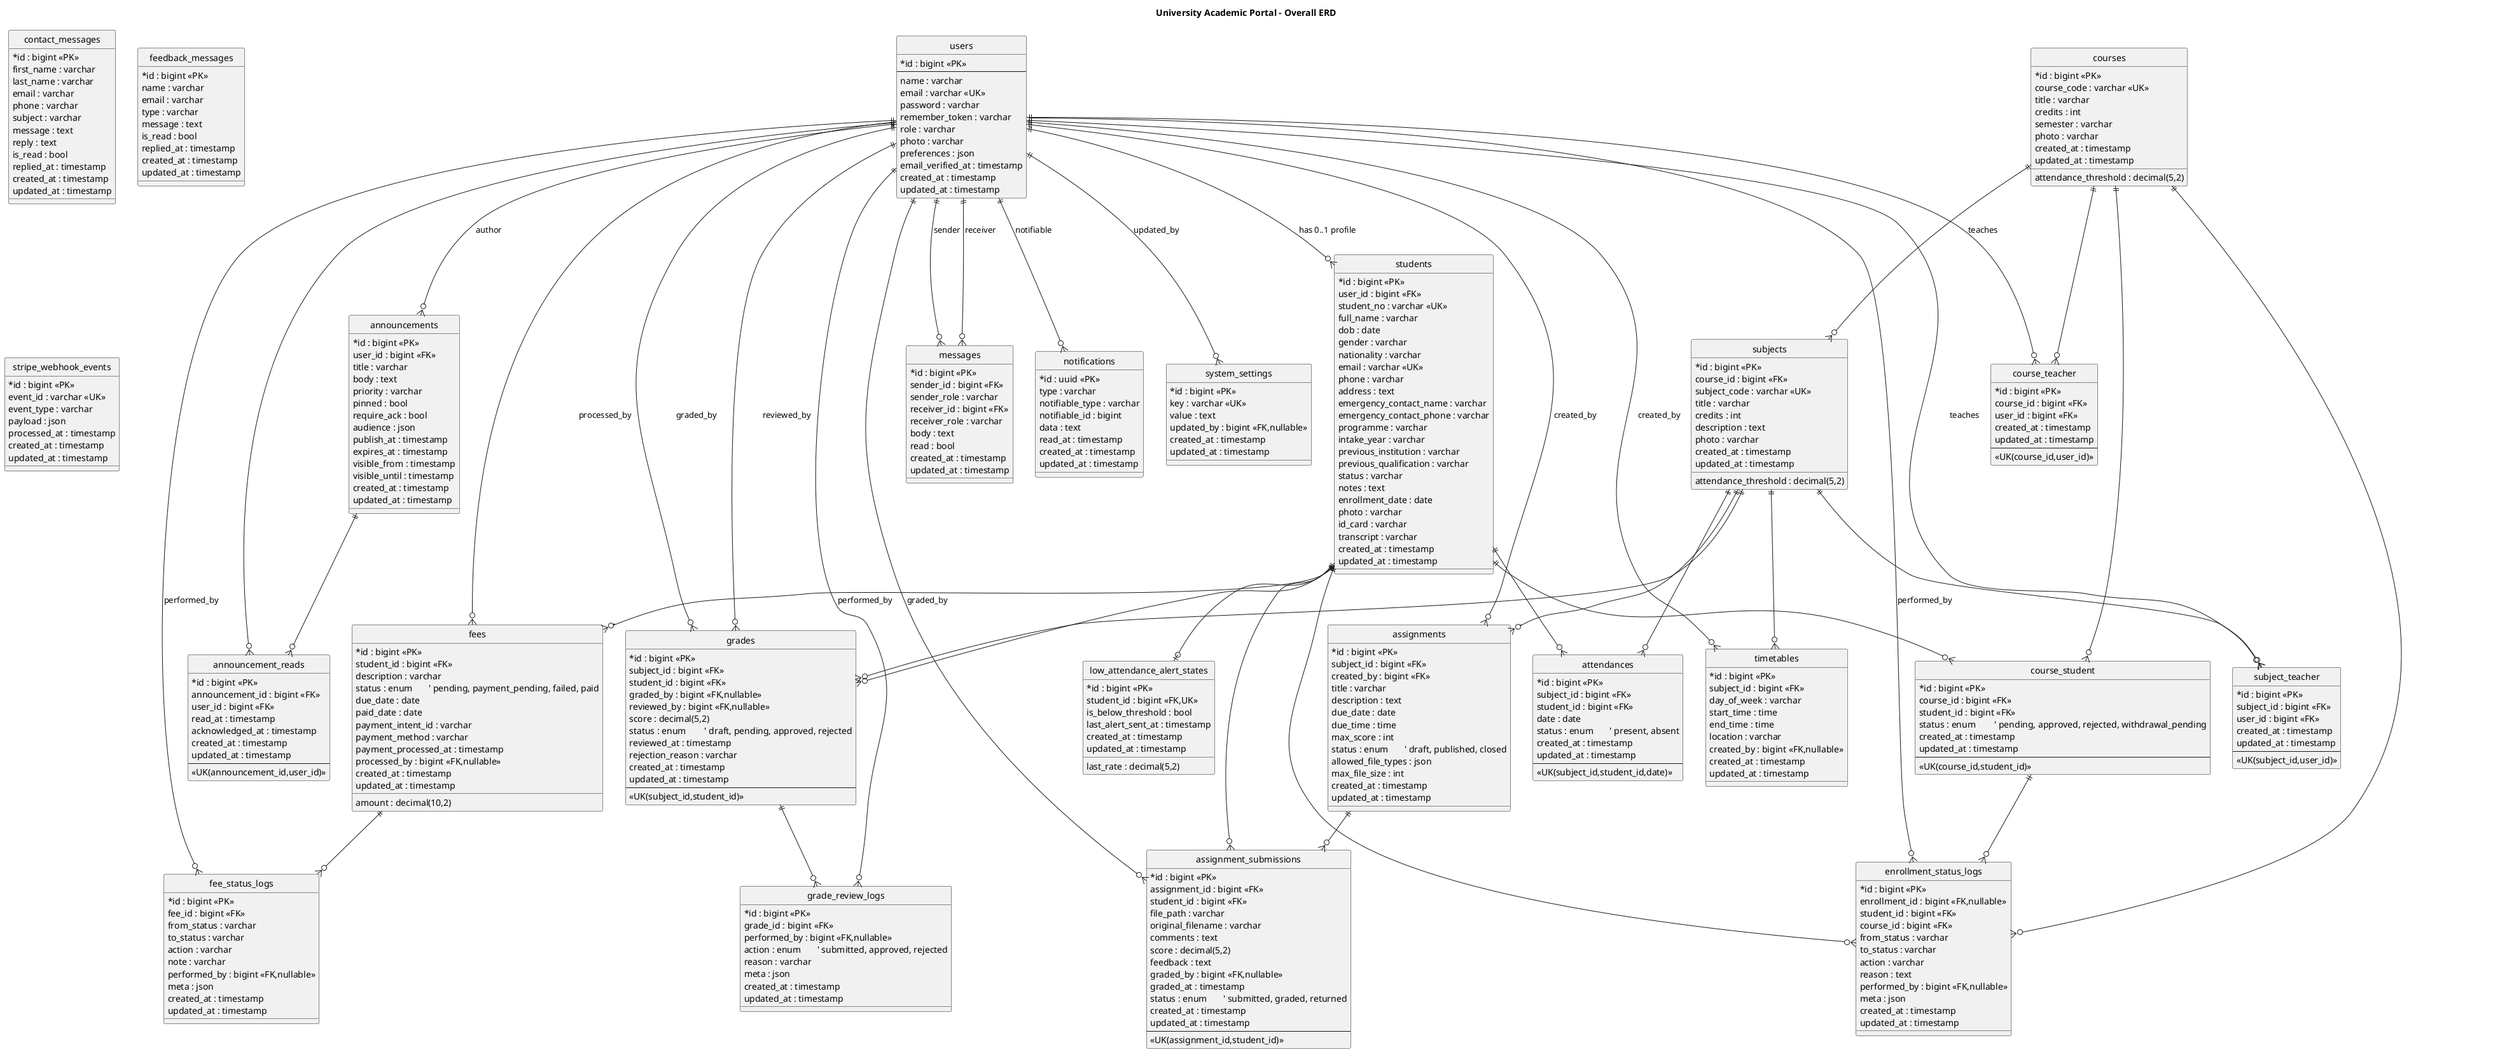
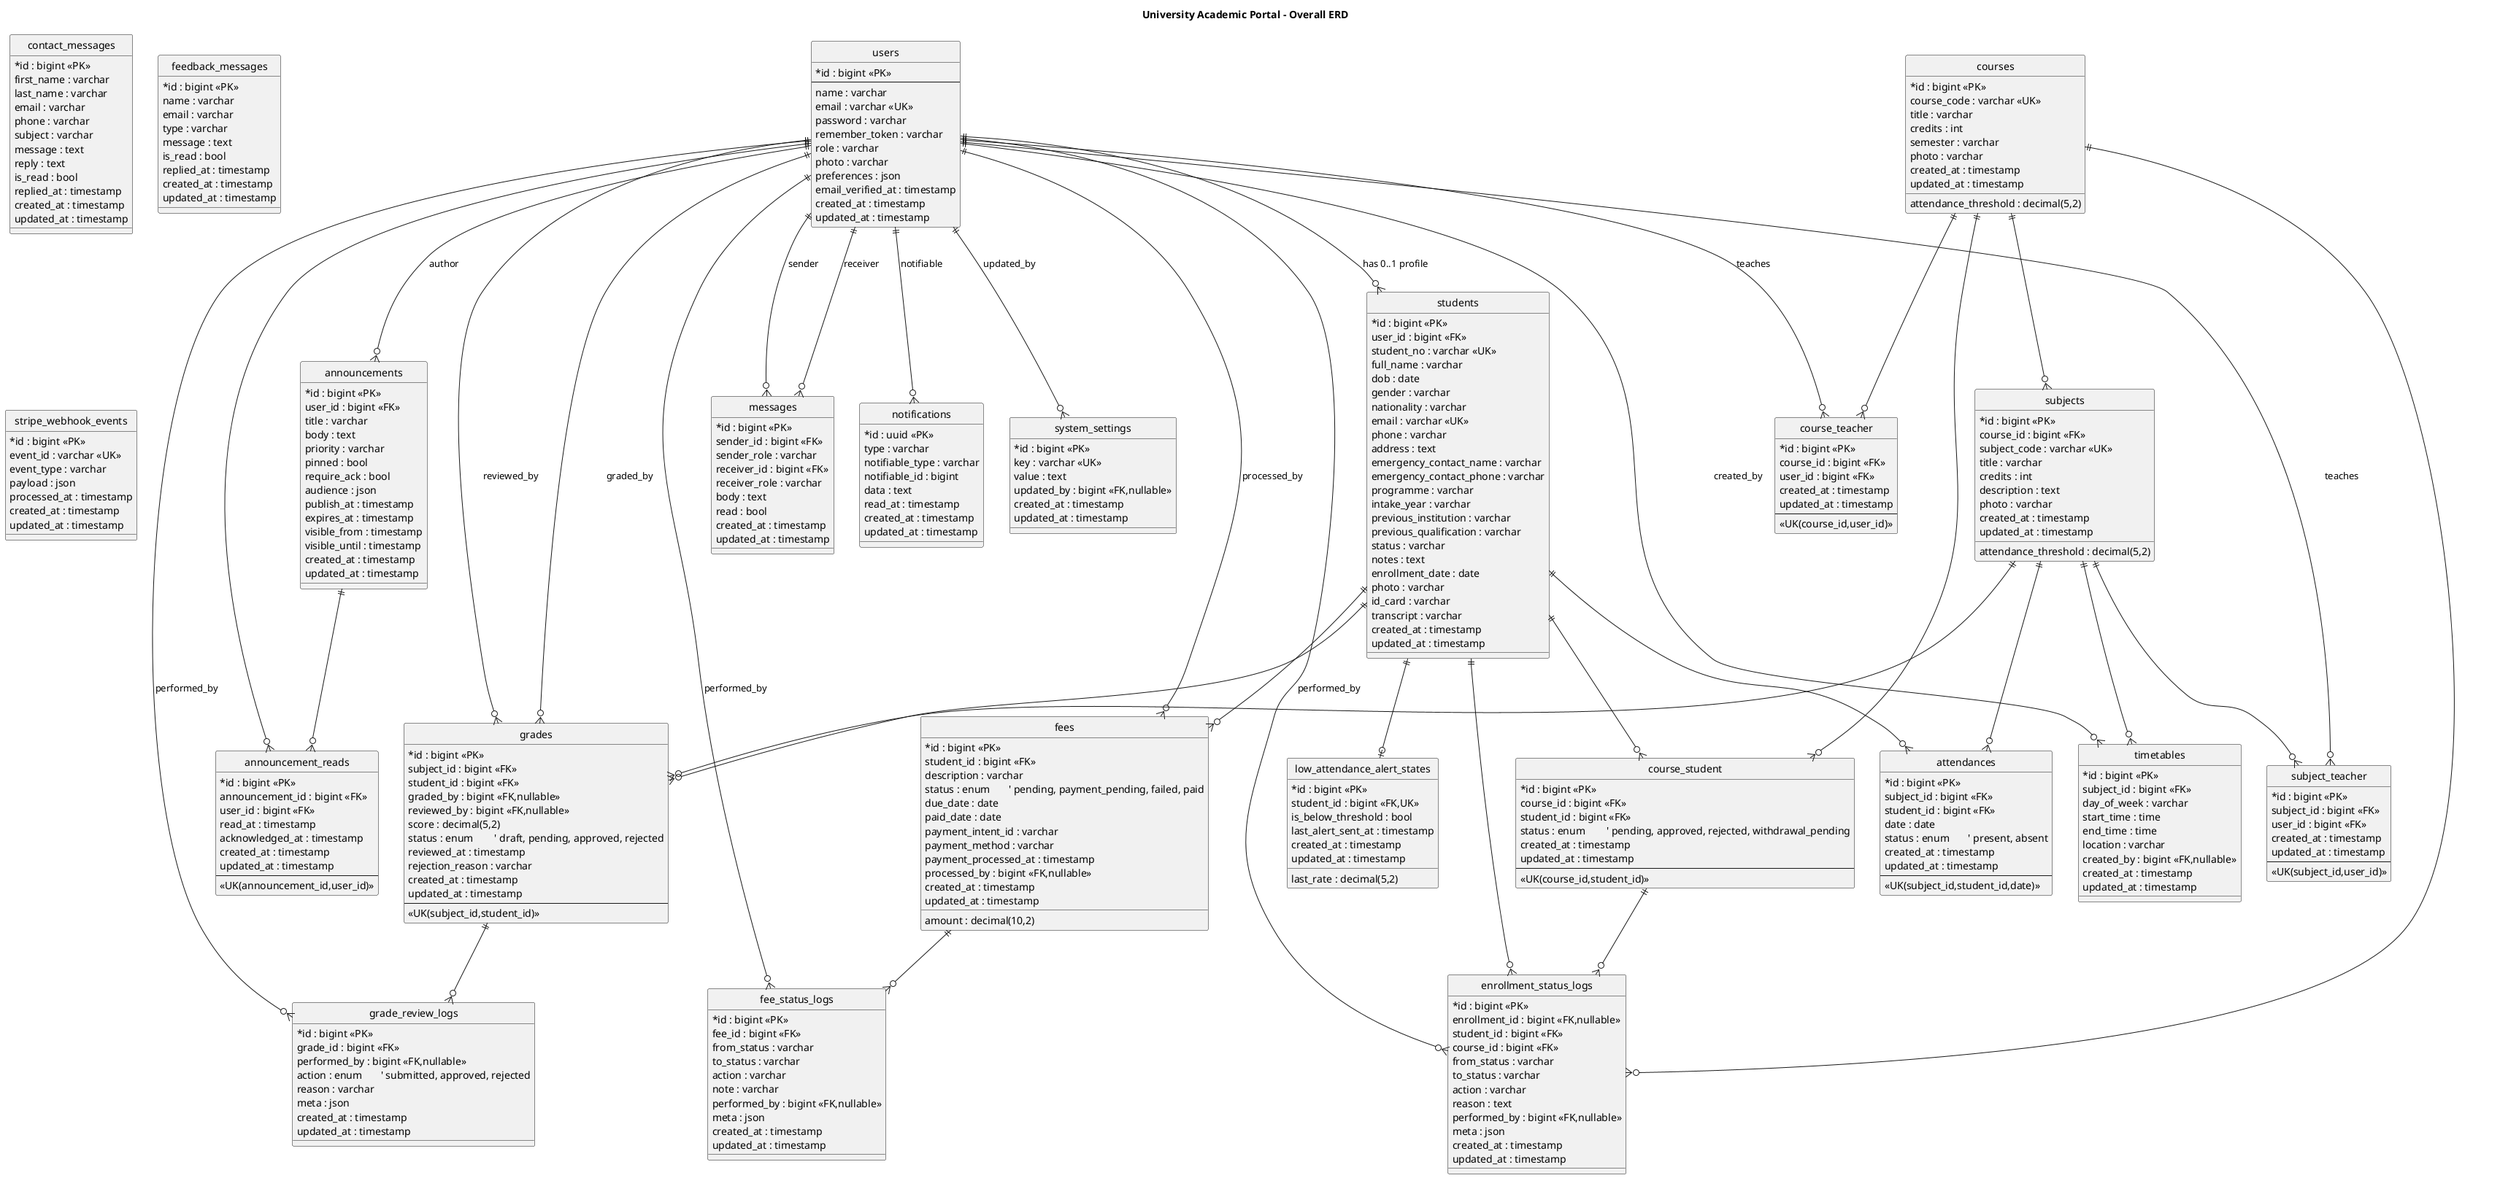
@startuml
hide circle
skinparam classAttributeIconSize 0
title University Academic Portal - Overall ERD

entity "users" as User {
  *id : bigint <<PK>>
  --
  name : varchar
  email : varchar <<UK>>
  password : varchar
  remember_token : varchar
  role : varchar
  photo : varchar
  preferences : json
  email_verified_at : timestamp
  created_at : timestamp
  updated_at : timestamp
}

entity "students" as Student {
  *id : bigint <<PK>>
  user_id : bigint <<FK>>
  student_no : varchar <<UK>>
  full_name : varchar
  dob : date
  gender : varchar
  nationality : varchar
  email : varchar <<UK>>
  phone : varchar
  address : text
  emergency_contact_name : varchar
  emergency_contact_phone : varchar
  programme : varchar
  intake_year : varchar
  previous_institution : varchar
  previous_qualification : varchar
  status : varchar
  notes : text
  enrollment_date : date
  photo : varchar
  id_card : varchar
  transcript : varchar
  created_at : timestamp
  updated_at : timestamp
}

entity "courses" as Course {
  *id : bigint <<PK>>
  course_code : varchar <<UK>>
  title : varchar
  credits : int
  semester : varchar
  attendance_threshold : decimal(5,2)
  photo : varchar
  created_at : timestamp
  updated_at : timestamp
}

entity "subjects" as Subject {
  *id : bigint <<PK>>
  course_id : bigint <<FK>>
  subject_code : varchar <<UK>>
  title : varchar
  credits : int
  description : text
  photo : varchar
  attendance_threshold : decimal(5,2)
  created_at : timestamp
  updated_at : timestamp
}

entity "course_student" as Enrollment {
  *id : bigint <<PK>>
  course_id : bigint <<FK>>
  student_id : bigint <<FK>>
  status : enum        ' pending, approved, rejected, withdrawal_pending
  created_at : timestamp
  updated_at : timestamp
  --
  <<UK(course_id,student_id)>>
}

entity "course_teacher" as CourseTeacher {
  *id : bigint <<PK>>
  course_id : bigint <<FK>>
  user_id : bigint <<FK>>
  created_at : timestamp
  updated_at : timestamp
  --
  <<UK(course_id,user_id)>>
}

entity "subject_teacher" as SubjectTeacher {
  *id : bigint <<PK>>
  subject_id : bigint <<FK>>
  user_id : bigint <<FK>>
  created_at : timestamp
  updated_at : timestamp
  --
  <<UK(subject_id,user_id)>>
}

entity "grades" as Grade {
  *id : bigint <<PK>>
  subject_id : bigint <<FK>>
  student_id : bigint <<FK>>
  graded_by : bigint <<FK,nullable>>
  reviewed_by : bigint <<FK,nullable>>
  score : decimal(5,2)
  status : enum        ' draft, pending, approved, rejected
  reviewed_at : timestamp
  rejection_reason : varchar
  created_at : timestamp
  updated_at : timestamp
  --
  <<UK(subject_id,student_id)>>
}

entity "grade_review_logs" as GradeLog {
  *id : bigint <<PK>>
  grade_id : bigint <<FK>>
  performed_by : bigint <<FK,nullable>>
  action : enum       ' submitted, approved, rejected
  reason : varchar
  meta : json
  created_at : timestamp
  updated_at : timestamp
}

entity "fees" as Fee {
  *id : bigint <<PK>>
  student_id : bigint <<FK>>
  amount : decimal(10,2)
  description : varchar
  status : enum       ' pending, payment_pending, failed, paid
  due_date : date
  paid_date : date
  payment_intent_id : varchar
  payment_method : varchar
  payment_processed_at : timestamp
  processed_by : bigint <<FK,nullable>>
  created_at : timestamp
  updated_at : timestamp
}

- entity "assignments" as Assignment {
-   *id : bigint <<PK>>
-   subject_id : bigint <<FK>>
-   created_by : bigint <<FK>>
-   title : varchar
-   description : text
-   due_date : date
-   due_time : time
-   max_score : int
-   status : enum       ' draft, published, closed
-   allowed_file_types : json
-   max_file_size : int
-   created_at : timestamp
-   updated_at : timestamp
- }
- 
- entity "assignment_submissions" as Submission {
-   *id : bigint <<PK>>
-   assignment_id : bigint <<FK>>
-   student_id : bigint <<FK>>
-   file_path : varchar
-   original_filename : varchar
-   comments : text
-   score : decimal(5,2)
-   feedback : text
-   graded_by : bigint <<FK,nullable>>
-   graded_at : timestamp
-   status : enum       ' submitted, graded, returned
-   created_at : timestamp
-   updated_at : timestamp
-   --
-   <<UK(assignment_id,student_id)>>
- }
- 
entity "timetables" as Timetable {
  *id : bigint <<PK>>
  subject_id : bigint <<FK>>
  day_of_week : varchar
  start_time : time
  end_time : time
  location : varchar
  created_by : bigint <<FK,nullable>>
  created_at : timestamp
  updated_at : timestamp
}

entity "attendances" as Attendance {
  *id : bigint <<PK>>
  subject_id : bigint <<FK>>
  student_id : bigint <<FK>>
  date : date
  status : enum       ' present, absent
  created_at : timestamp
  updated_at : timestamp
  --
  <<UK(subject_id,student_id,date)>>
}

entity "low_attendance_alert_states" as LowAlert {
  *id : bigint <<PK>>
  student_id : bigint <<FK,UK>>
  last_rate : decimal(5,2)
  is_below_threshold : bool
  last_alert_sent_at : timestamp
  created_at : timestamp
  updated_at : timestamp
}

entity "announcements" as Announcement {
  *id : bigint <<PK>>
  user_id : bigint <<FK>>
  title : varchar
  body : text
  priority : varchar
  pinned : bool
  require_ack : bool
  audience : json
  publish_at : timestamp
  expires_at : timestamp
  visible_from : timestamp
  visible_until : timestamp
  created_at : timestamp
  updated_at : timestamp
}

entity "announcement_reads" as AnnouncementRead {
  *id : bigint <<PK>>
  announcement_id : bigint <<FK>>
  user_id : bigint <<FK>>
  read_at : timestamp
  acknowledged_at : timestamp
  created_at : timestamp
  updated_at : timestamp
  --
  <<UK(announcement_id,user_id)>>
}

entity "messages" as Message {
  *id : bigint <<PK>>
  sender_id : bigint <<FK>>
  sender_role : varchar
  receiver_id : bigint <<FK>>
  receiver_role : varchar
  body : text
  read : bool
  created_at : timestamp
  updated_at : timestamp
}

entity "notifications" as Notification {
  *id : uuid <<PK>>
  type : varchar
  notifiable_type : varchar
  notifiable_id : bigint
  data : text
  read_at : timestamp
  created_at : timestamp
  updated_at : timestamp
}

entity "contact_messages" as ContactMessage {
  *id : bigint <<PK>>
  first_name : varchar
  last_name : varchar
  email : varchar
  phone : varchar
  subject : varchar
  message : text
  reply : text
  is_read : bool
  replied_at : timestamp
  created_at : timestamp
  updated_at : timestamp
}

entity "feedback_messages" as FeedbackMessage {
  *id : bigint <<PK>>
  name : varchar
  email : varchar
  type : varchar
  message : text
  is_read : bool
  replied_at : timestamp
  created_at : timestamp
  updated_at : timestamp
}

entity "stripe_webhook_events" as StripeWebhookEvent {
  *id : bigint <<PK>>
  event_id : varchar <<UK>>
  event_type : varchar
  payload : json
  processed_at : timestamp
  created_at : timestamp
  updated_at : timestamp
}

entity "system_settings" as SystemSetting {
  *id : bigint <<PK>>
  key : varchar <<UK>>
  value : text
  updated_by : bigint <<FK,nullable>>
  created_at : timestamp
  updated_at : timestamp
}

entity "enrollment_status_logs" as EnrollmentStatusLog {
  *id : bigint <<PK>>
  enrollment_id : bigint <<FK,nullable>>
  student_id : bigint <<FK>>
  course_id : bigint <<FK>>
  from_status : varchar
  to_status : varchar
  action : varchar
  reason : text
  performed_by : bigint <<FK,nullable>>
  meta : json
  created_at : timestamp
  updated_at : timestamp
}

entity "fee_status_logs" as FeeStatusLog {
  *id : bigint <<PK>>
  fee_id : bigint <<FK>>
  from_status : varchar
  to_status : varchar
  action : varchar
  note : varchar
  performed_by : bigint <<FK,nullable>>
  meta : json
  created_at : timestamp
  updated_at : timestamp
}

'----------------------------------------------------
' Relationships
'----------------------------------------------------

User ||--o{ Student : has 0..1 profile

Course ||--o{ Subject
Course ||--o{ Enrollment
Student ||--o{ Enrollment

Course ||--o{ CourseTeacher
User   ||--o{ CourseTeacher : teaches

Subject ||--o{ SubjectTeacher
User    ||--o{ SubjectTeacher : teaches

Subject ||--o{ Grade
Student ||--o{ Grade
User    ||--o{ Grade : graded_by
User    ||--o{ Grade : reviewed_by
Grade   ||--o{ GradeLog
User    ||--o{ GradeLog : performed_by

Student ||--o{ Fee
User    ||--o{ Fee : processed_by

- Subject ||--o{ Assignment
- User    ||--o{ Assignment : created_by
- Assignment ||--o{ Submission
- Student    ||--o{ Submission
- User       ||--o{ Submission : graded_by
- 
Subject ||--o{ Timetable
User    ||--o{ Timetable : created_by

Subject ||--o{ Attendance
Student ||--o{ Attendance
Student ||--o| LowAlert

User ||--o{ Announcement : author
Announcement ||--o{ AnnouncementRead
User ||--o{ AnnouncementRead

User ||--o{ Message : sender
User ||--o{ Message : receiver

User ||--o{ Notification : notifiable

User ||--o{ SystemSetting : updated_by

Enrollment ||--o{ EnrollmentStatusLog
Student ||--o{ EnrollmentStatusLog
Course ||--o{ EnrollmentStatusLog
User ||--o{ EnrollmentStatusLog : performed_by

Fee ||--o{ FeeStatusLog
User ||--o{ FeeStatusLog : performed_by

@enduml
